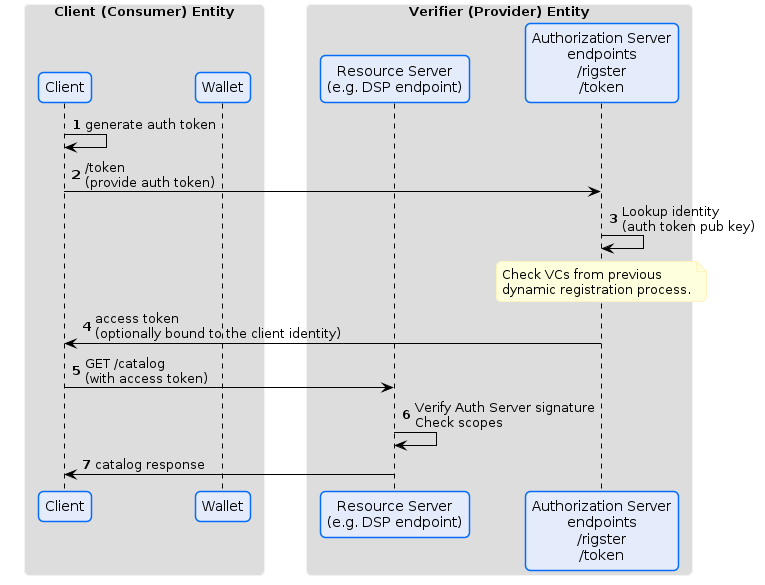
This is specifications/M1/auth.flow_with_registration_token.png from matgnt/identity-trust, a PlantUML export, as it was before one commit. Its diagram source:
```plantuml
@startuml
!pragma layout smetana




skinparam sequence {
ArrowColor Black
LifeLineBorderColor 000000
LifeLineBackgroundColor #A9DCDF
}

skinparam roundCorner 10

skinparam ArrowColor #000000
skinparam ArrowHeadColor #000000
skinparam LifeLineBackgroundColor #747C94


skinparam CloudBackgroundColor #F4F5F9
skinparam CloudBorderColor  #98A3AB
skinparam CloudFontColor  Black

skinparam ArtifactBackgroundColor #F4F5F9
skinparam ArtifactBorderColor #98A3AB

skinparam ComponentBackgroundColor #E4EBFA
skinparam ComponentBorderColor #066DFA
skinparam ComponentFontColor Black

skinparam DatabaseBackgroundColor #CFFBDE
skinparam DatabaseBorderColor #24DCC1
skinparam DatabaseFontColor Black

skinparam ParticipantBorderColor #066DFA
skinparam ParticipantBackgroundColor #E4EBFA
skinparam SequenceGroupBorderColor #DADADA
skinparam SequenceGroupHeaderFontColor #000000
skinparam BoxPadding 20
skinparam ParticipantPadding 10

skinparam AgentBackgroundColor White
skinparam AgentBackgroundColor #E4EBFA
skinparam AgentBorderColor #066DFA
skinparam noteBorderColor FEF3BF
skinparam SequenceBoxBorderColor F2F2F2
skinparam shadowing false
skinparam AgentBorderThickness 1

skinparam NoteBackgroundColor FEFFDD

skinparam FrameBackgroundColor #F4F5F9
skinparam FrameBorderColor #F4F5F9
skinparam FrameFontColor #747C94

skinparam ActivityBackgroundColor #E4EBFA

skinparam StateBackgroundColor #E4EBFA
skinparam StateBorderColor #066DFA
skinparam StateStartColor #066DFA
skinparam StateEndColor #066DFA
skinparam StateFontSize 12

skinparam ActivityBackgroundColor #E4EBFA
skinparam ActivityBorderColor #066DFA
skinparam ActivityEndColor #066DFA
skinparam ActivityStartColor #066DFA
skinparam ActivityDiamondBackgroundColor #F4F5F9
skinparam ActivityDiamondBorderColor #066DFA

skinparam PartitionBackgroundColor #F4F5F9
skinparam PartitionBorderColor #747C94
skinparam PartitionFontColor #747C94

skinparam ClassAttributeFontColor Black
skinparam ClassBorderColor #066DFA
skinparam ClassBackgroundColor #E4EBFA

autonumber

box "Client (Consumer) Entity"
participant "Client" as C
participant "Wallet" as W
end box

box "Verifier (Provider) Entity"
participant "Resource Server\n(e.g. DSP endpoint)" as RS
participant "Authorization Server\nendpoints\n/rigster\n/token" as AS
end box

C -> C: generate auth token

C -> AS: /token\n(provide auth token)
AS -> AS: Lookup identity\n(auth token pub key)
note over AS
Check VCs from previous
dynamic registration process.
end note

AS -> C: access token\n(optionally bound to the client identity)
C -> RS: GET /catalog\n(with access token)
RS -> RS: Verify Auth Server signature\nCheck scopes
RS -> C: catalog response
@enduml
```
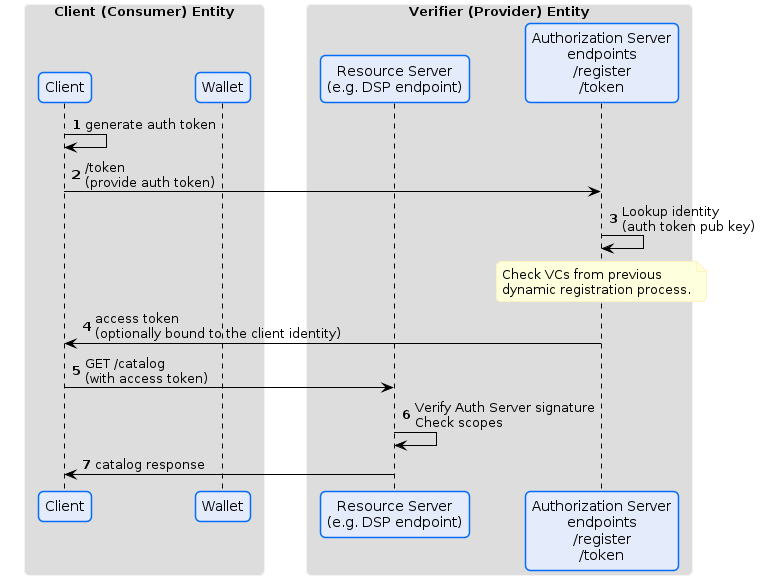
After the commit.

Diff of the diagram source:
```diff
@@ -85,7 +85,7 @@
 
 box "Verifier (Provider) Entity"
 participant "Resource Server\n(e.g. DSP endpoint)" as RS
-participant "Authorization Server\nendpoints\n/rigster\n/token" as AS
+participant "Authorization Server\nendpoints\n/register\n/token" as AS
 end box
 
 C -> C: generate auth token
```
